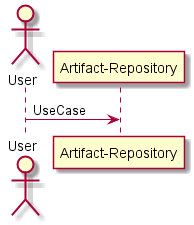
Above: docs/Solution/Artifact-Repository/UserInteraction.png in CAADE/C3 (PlantUML), before the change.
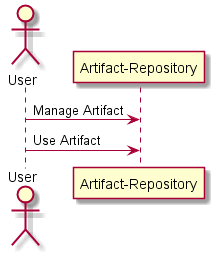
After the commit.

Change to the diagram source:
```diff
@@ -1,6 +1,7 @@
 @startuml
 actor User
 
-User -> "Artifact-Repository": UseCase
+User -> "Artifact-Repository": Manage Artifact
+User -> "Artifact-Repository": Use Artifact
 
 @enduml
```
